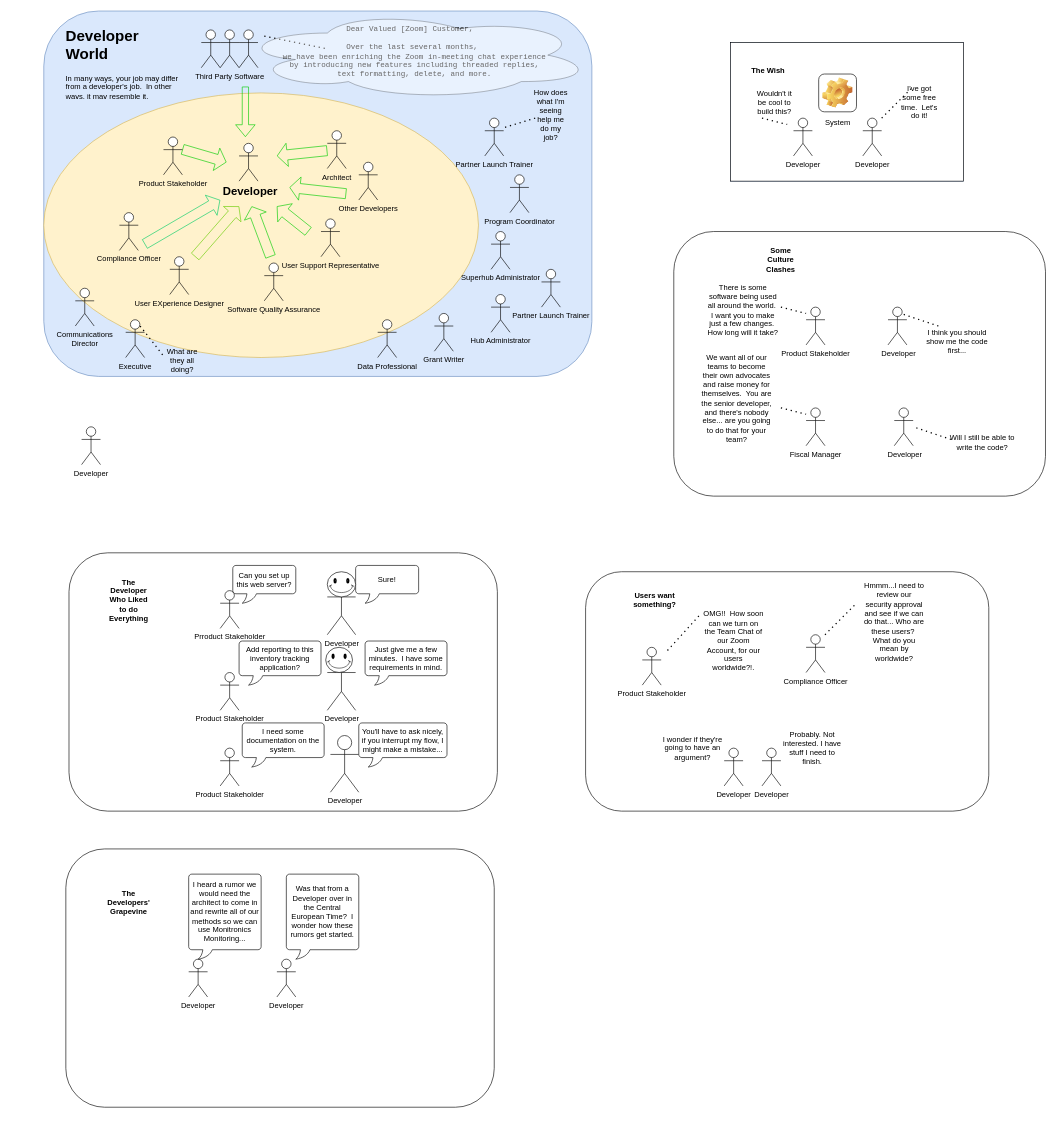
Above: DevelopersOperations.drawio in wardance-ferret/drawio (draw.io), before the change. Source tidied: cells renumbered, new cells numbered last; positions are measured from the earlier drawing's top-left corner, leaving out a move shared by most shapes. Both pictures are drawn from the tidied source at 63%, with x=0, y=0 at pixel (43, 11).
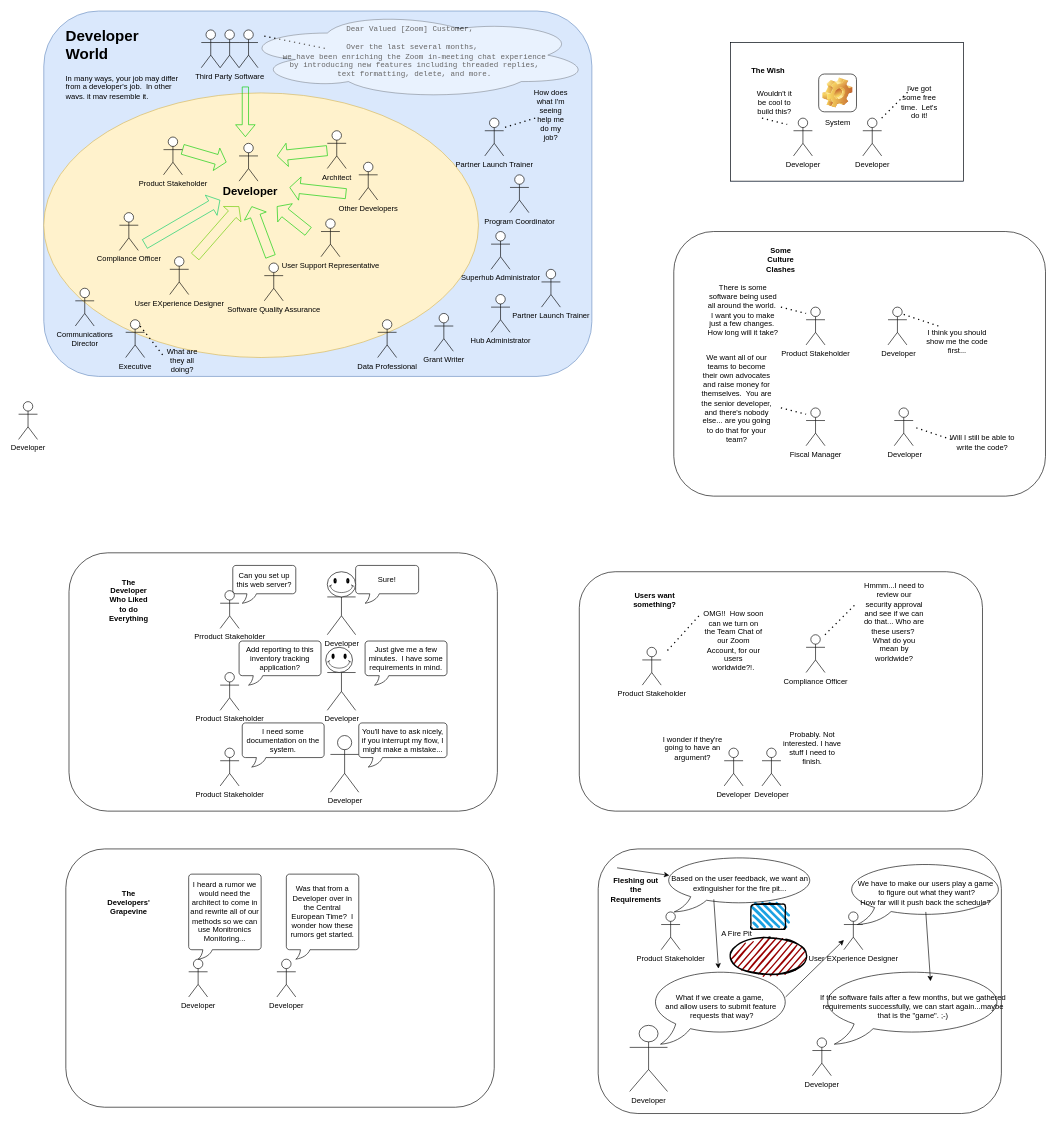
The same page after the edit.

What changed in the source:
```diff
@@
+    <mxCell id="100" style="rounded=1;whiteSpace=wrap;html=1;" parent="1" vertex="1">
+      <mxGeometry x="880" y="1330" width="640" height="420" as="geometry" />
+    </mxCell>
@@
     <mxCell id="4" style="rounded=1;whiteSpace=wrap;html=1;" parent="1" vertex="1">
-      <mxGeometry x="860" y="890" width="640" height="380" as="geometry" />
+      <mxGeometry x="850" y="890" width="640" height="380" as="geometry" />
     </mxCell>
@@
     <mxCell id="52" value="Developer" style="shape=umlActor;verticalLabelPosition=bottom;verticalAlign=top;html=1;" parent="1" vertex="1">
-      <mxGeometry x="60" y="660" width="30" height="60" as="geometry" />
+      <mxGeometry x="-40" y="620" width="30" height="60" as="geometry" />
     </mxCell>
@@
+    <mxCell id="101" value="&lt;b&gt;Fleshing out the Requirements&lt;br&gt;&lt;/b&gt;" style="text;html=1;strokeColor=none;fillColor=none;align=center;verticalAlign=middle;whiteSpace=wrap;rounded=0;" parent="1" vertex="1">
+      <mxGeometry x="910" y="1380" width="60" height="30" as="geometry" />
+    </mxCell>
+    <mxCell id="102" value="Product Stakeholder" style="shape=umlActor;verticalLabelPosition=bottom;verticalAlign=top;html=1;" parent="1" vertex="1">
+      <mxGeometry x="980" y="1430" width="30" height="60" as="geometry" />
+    </mxCell>
+    <mxCell id="103" style="rounded=1;whiteSpace=wrap;html=1;strokeWidth=2;fillWeight=4;hachureGap=8;hachureAngle=45;fillColor=#1ba1e2;sketch=1;" parent="1" vertex="1">
+      <mxGeometry x="1122.5" y="1417.5" width="55" height="40" as="geometry" />
+    </mxCell>
+    <mxCell id="104" style="ellipse;whiteSpace=wrap;html=1;strokeWidth=2;fillWeight=2;hachureGap=8;fillColor=#990000;fillStyle=dots;sketch=1;" parent="1" vertex="1">
+      <mxGeometry x="1090" y="1470" width="120" height="60" as="geometry" />
+    </mxCell>
+    <mxCell id="105" value="User EXperience Designer" style="shape=umlActor;verticalLabelPosition=bottom;verticalAlign=top;html=1;outlineConnect=0;" parent="1" vertex="1">
+      <mxGeometry x="1270" y="1430" width="30" height="60" as="geometry" />
+    </mxCell>
+    <mxCell id="106" value="Developer" style="shape=umlActor;verticalLabelPosition=bottom;verticalAlign=top;html=1;" parent="1" vertex="1">
+      <mxGeometry x="930" y="1610" width="60" height="105" as="geometry" />
+    </mxCell>
+    <mxCell id="107" value="Developer" style="shape=umlActor;verticalLabelPosition=bottom;verticalAlign=top;html=1;" parent="1" vertex="1">
+      <mxGeometry x="1220" y="1630" width="30" height="60" as="geometry" />
+    </mxCell>
+    <mxCell id="108" value="Based on the user feedback, we want an extinguisher for the fire pit..." style="whiteSpace=wrap;html=1;shape=mxgraph.basic.oval_callout;" parent="1" vertex="1">
+      <mxGeometry x="980" y="1340" width="250" height="90" as="geometry" />
+    </mxCell>
+    <mxCell id="109" value="&lt;div&gt;What if we create a game,&amp;nbsp;&lt;/div&gt;&lt;div&gt;and allow users to submit feature&lt;/div&gt;&lt;div&gt;&amp;nbsp;requests that way?&lt;/div&gt;" style="whiteSpace=wrap;html=1;shape=mxgraph.basic.oval_callout;" parent="1" vertex="1">
+      <mxGeometry x="960" y="1520" width="230" height="120" as="geometry" />
+    </mxCell>
+    <mxCell id="110" value="&lt;div&gt;We have to make our users play a game&lt;/div&gt;&lt;div&gt;&amp;nbsp;to figure out what they want?&lt;/div&gt;&lt;div&gt;How far will it push back the schedule?&lt;/div&gt;" style="whiteSpace=wrap;html=1;shape=mxgraph.basic.oval_callout;" parent="1" vertex="1">
+      <mxGeometry x="1270" y="1350" width="260" height="100" as="geometry" />
+    </mxCell>
+    <mxCell id="111" value="If the software fails after a few months, but we gathered requirements successfully, we can start again...maybe that is the &quot;game&quot;. ;-)" style="whiteSpace=wrap;html=1;shape=mxgraph.basic.oval_callout;" parent="1" vertex="1">
+      <mxGeometry x="1230" y="1520" width="300" height="120" as="geometry" />
+    </mxCell>
+    <mxCell id="112" value="A Fire Pit" style="text;html=1;strokeColor=none;fillColor=none;align=center;verticalAlign=middle;whiteSpace=wrap;rounded=0;" parent="1" vertex="1">
+      <mxGeometry x="1070" y="1450" width="60" height="30" as="geometry" />
+    </mxCell>
+    <mxCell id="113" style="endArrow=classic;html=1;rounded=0;entryX=0.052;entryY=0.356;entryDx=0;entryDy=0;entryPerimeter=0;" parent="1" edge="1" target="108">
+      <mxGeometry relative="1" as="geometry">
+        <mxPoint x="910" y="1360" as="sourcePoint" />
+      </mxGeometry>
+    </mxCell>
+    <mxCell id="114" style="endArrow=classic;html=1;rounded=0;" parent="1" edge="1" target="109">
+      <mxGeometry relative="1" as="geometry">
+        <mxPoint x="1063.5" y="1410" as="sourcePoint" />
+      </mxGeometry>
+    </mxCell>
+    <mxCell id="115" style="endArrow=classic;html=1;rounded=0;" parent="1" edge="1" target="105">
+      <mxGeometry relative="1" as="geometry">
+        <mxPoint x="1177.5" y="1565" as="sourcePoint" />
+      </mxGeometry>
+    </mxCell>
+    <mxCell id="116" style="endArrow=classic;html=1;rounded=0;" parent="1" edge="1">
+      <mxGeometry relative="1" as="geometry">
+        <mxPoint x="1400" y="1430" as="sourcePoint" />
+        <mxPoint x="1407.5" y="1540" as="targetPoint" />
+      </mxGeometry>
+    </mxCell>
```
